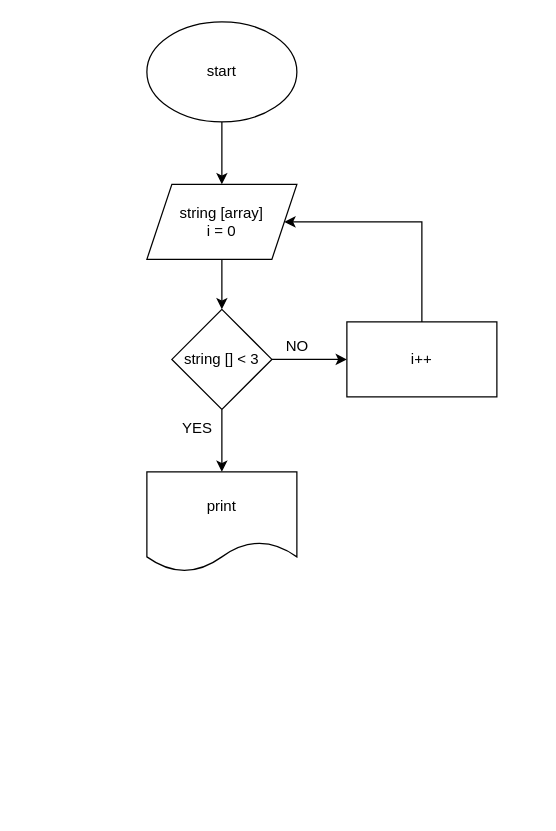
This is block_control.drawio from Anna-23-09/Control, a draw.io file, before an edit. Source tidied: cells renumbered, new cells numbered last; positions are measured from the earlier drawing's top-left corner, leaving out a move shared by most shapes. Both pictures are drawn from the tidied source at 125%, with x=0, y=0 at pixel (146, 21).
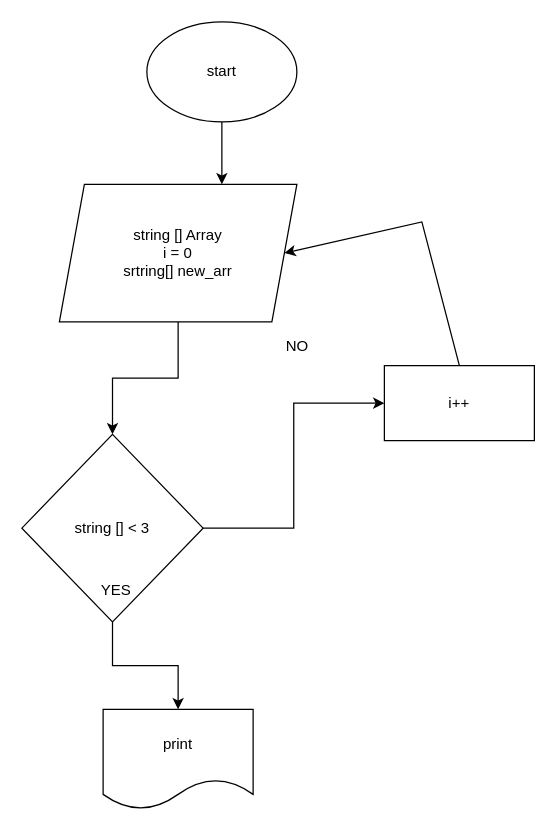
The same diagram, later.

Commit message:
доработка блок-схемы

What changed in the source:
```diff
@@
 <mxGraphModel>
   <root>
     <mxCell id="0" />
     <mxCell id="1" parent="0" />
     <mxCell id="2" style="edgeStyle=orthogonalEdgeStyle;rounded=0;jettySize=auto;html=1;" parent="1" edge="1" source="3">
       <mxGeometry relative="1" as="geometry">
         <mxPoint x="60" y="130" as="targetPoint" />
       </mxGeometry>
     </mxCell>
     <mxCell id="3" value="start" style="ellipse;whiteSpace=wrap;html=1;" parent="1" vertex="1">
       <mxGeometry width="120" height="80" as="geometry" />
     </mxCell>
     <mxCell id="4" style="edgeStyle=orthogonalEdgeStyle;rounded=0;jettySize=auto;html=1;" parent="1" edge="1" source="5" target="8">
       <mxGeometry relative="1" as="geometry" />
     </mxCell>
-    <mxCell id="5" value="string [array]&lt;br&gt;i = 0" style="shape=parallelogram;perimeter=parallelogramPerimeter;whiteSpace=wrap;html=1;fixedSize=1;" parent="1" vertex="1">
-      <mxGeometry y="130" width="120" height="60" as="geometry" />
+    <mxCell id="5" value="string [] Array&lt;br&gt;i = 0&lt;br&gt;srtring[] new_arr" style="shape=parallelogram;perimeter=parallelogramPerimeter;whiteSpace=wrap;html=1;fixedSize=1;" parent="1" vertex="1">
+      <mxGeometry x="-70" y="130" width="190" height="110" as="geometry" />
     </mxCell>
     <mxCell id="6" style="edgeStyle=orthogonalEdgeStyle;rounded=0;jettySize=auto;html=1;" parent="1" edge="1" source="8" target="9">
       <mxGeometry relative="1" as="geometry" />
     </mxCell>
     <mxCell id="7" style="edgeStyle=orthogonalEdgeStyle;rounded=0;jettySize=auto;html=1;" parent="1" edge="1" source="8" target="10">
       <mxGeometry relative="1" as="geometry" />
     </mxCell>
     <mxCell id="8" value="string [] &amp;lt; 3" style="rhombus;whiteSpace=wrap;html=1;" parent="1" vertex="1">
-      <mxGeometry x="20" y="230" width="80" height="80" as="geometry" />
+      <mxGeometry x="-100" y="330" width="145" height="150" as="geometry" />
     </mxCell>
     <mxCell id="9" value="print" style="shape=document;whiteSpace=wrap;html=1;boundedLbl=1;" parent="1" vertex="1">
-      <mxGeometry y="360" width="120" height="80" as="geometry" />
+      <mxGeometry x="-35" y="550" width="120" height="80" as="geometry" />
     </mxCell>
     <mxCell id="10" value="i++" style="whiteSpace=wrap;html=1;" parent="1" vertex="1">
-      <mxGeometry x="160" y="240" width="120" height="60" as="geometry" />
+      <mxGeometry x="190" y="275" width="120" height="60" as="geometry" />
     </mxCell>
     <mxCell id="11" style="endArrow=classic;html=1;rounded=0;exitX=0.5;exitY=0;exitDx=0;exitDy=0;entryX=1;entryY=0.5;entryDx=0;entryDy=0;" parent="1" edge="1" source="10" target="5">
       <mxGeometry relative="1" as="geometry">
         <Array as="points">
           <mxPoint x="220" y="160" />
         </Array>
       </mxGeometry>
     </mxCell>
     <mxCell id="12" value="YES" style="text;html=1;align=center;verticalAlign=middle;strokeColor=none;fillColor=none;" parent="1" vertex="1">
-      <mxGeometry x="15" y="310" width="50" height="30" as="geometry" />
+      <mxGeometry x="-50" y="440" width="50" height="30" as="geometry" />
     </mxCell>
     <mxCell id="13" value="NO" style="text;html=1;align=center;verticalAlign=middle;strokeColor=none;fillColor=none;" parent="1" vertex="1">
       <mxGeometry x="100" y="245" width="40" height="30" as="geometry" />
     </mxCell>
   </root>
 </mxGraphModel>
```
